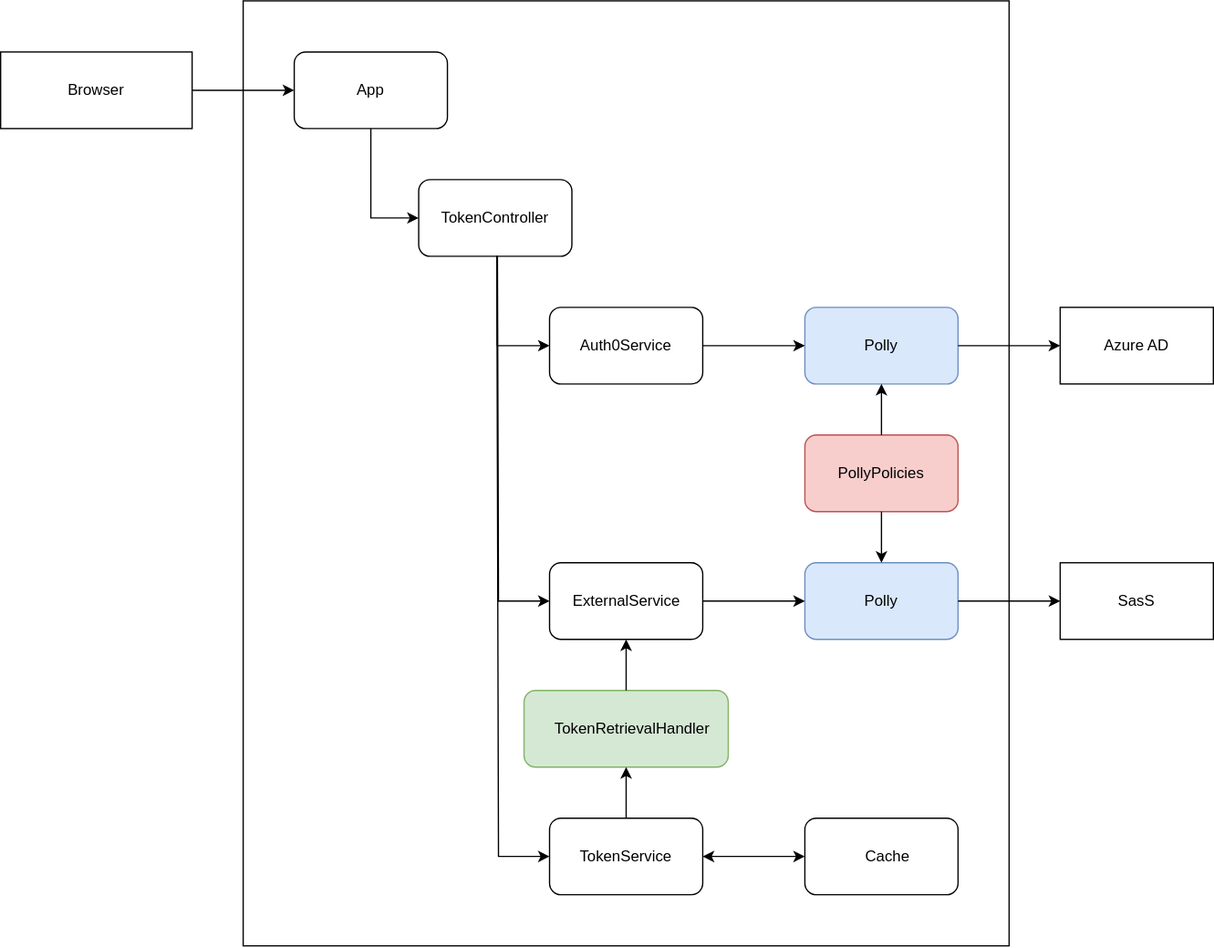
Earlier version of the draw.io export AzureAD/ClassDiagram.drawio.svg (kubista9/dotnet). Source tidied: cells renumbered, new cells last; positions are measured from the earlier drawing's top-left corner, leaving out a move shared by most shapes.
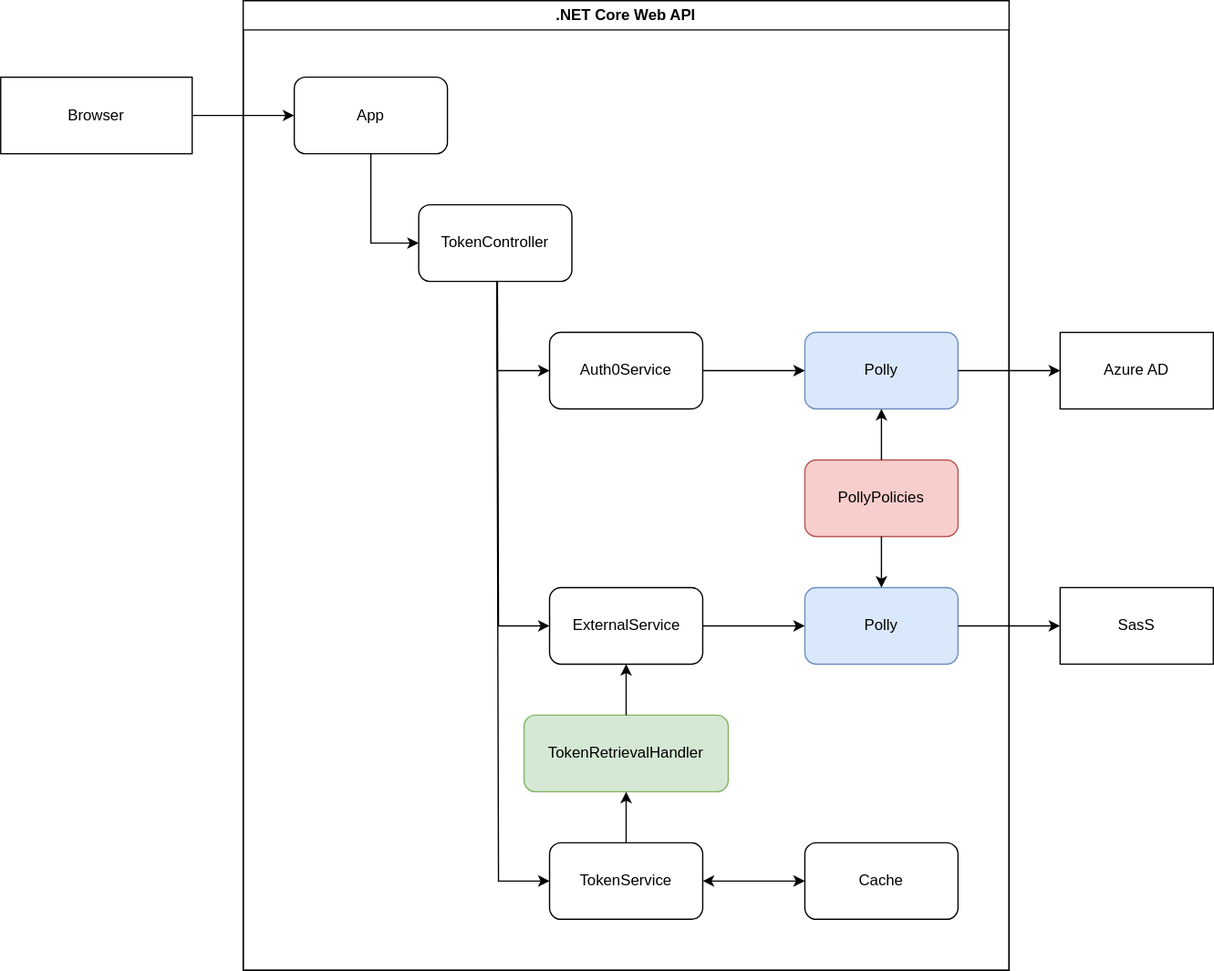
The same diagram one commit later.

Commit message:
Adding the name for the class diagram

Change to the diagram source:
```diff
@@ -9,7 +9,7 @@
       <mxGeometry x="45" y="55" width="60" height="30" as="geometry" />
     </mxCell>
     <mxCell id="4" style="rounded=0;whiteSpace=wrap;html=1;" parent="1" vertex="1">
-      <mxGeometry x="190" width="600" height="740" as="geometry" />
+      <mxGeometry x="190" y="-20" width="600" height="760" as="geometry" />
     </mxCell>
     <mxCell id="5" style="rounded=0;whiteSpace=wrap;html=1;" parent="1" vertex="1">
       <mxGeometry x="830" y="240" width="120" height="60" as="geometry" />
@@ -88,7 +88,7 @@
       <mxGeometry x="630" y="640" width="120" height="60" as="geometry" />
     </mxCell>
     <mxCell id="25" value="Cache" style="text;html=1;align=center;verticalAlign=middle;whiteSpace=wrap;rounded=0;" parent="1" vertex="1">
-      <mxGeometry x="665" y="657.5" width="60" height="25" as="geometry" />
+      <mxGeometry x="660" y="657.5" width="60" height="25" as="geometry" />
     </mxCell>
     <mxCell id="26" style="rounded=1;whiteSpace=wrap;html=1;fillColor=#dae8fc;strokeColor=#6c8ebf;" parent="1" vertex="1">
       <mxGeometry x="630" y="240" width="120" height="60" as="geometry" />
@@ -130,7 +130,7 @@
       <mxGeometry x="410" y="540" width="160" height="60" as="geometry" />
     </mxCell>
     <mxCell id="39" value="TokenRetrievalHandler" style="text;html=1;align=center;verticalAlign=middle;whiteSpace=wrap;rounded=0;" parent="1" vertex="1">
-      <mxGeometry x="435" y="555" width="120" height="30" as="geometry" />
+      <mxGeometry x="430" y="555" width="120" height="30" as="geometry" />
     </mxCell>
     <mxCell id="40" style="edgeStyle=orthogonalEdgeStyle;rounded=0;orthogonalLoop=1;jettySize=auto;html=1;exitX=0.5;exitY=1;exitDx=0;exitDy=0;" parent="1" edge="1" source="25" target="25">
       <mxGeometry relative="1" as="geometry" />
@@ -144,5 +144,8 @@
     <mxCell id="43" style="endArrow=classic;startArrow=classic;html=1;rounded=0;exitX=1;exitY=0.5;exitDx=0;exitDy=0;entryX=0;entryY=0.5;entryDx=0;entryDy=0;" parent="1" edge="1" source="13" target="24">
       <mxGeometry relative="1" as="geometry" />
     </mxCell>
+    <mxCell id="44" value=".NET Core Web API" style="swimlane;whiteSpace=wrap;html=1;" parent="1" vertex="1">
+      <mxGeometry x="190" y="-20" width="600" height="760" as="geometry" />
+    </mxCell>
   </root>
 </mxGraphModel>
```
